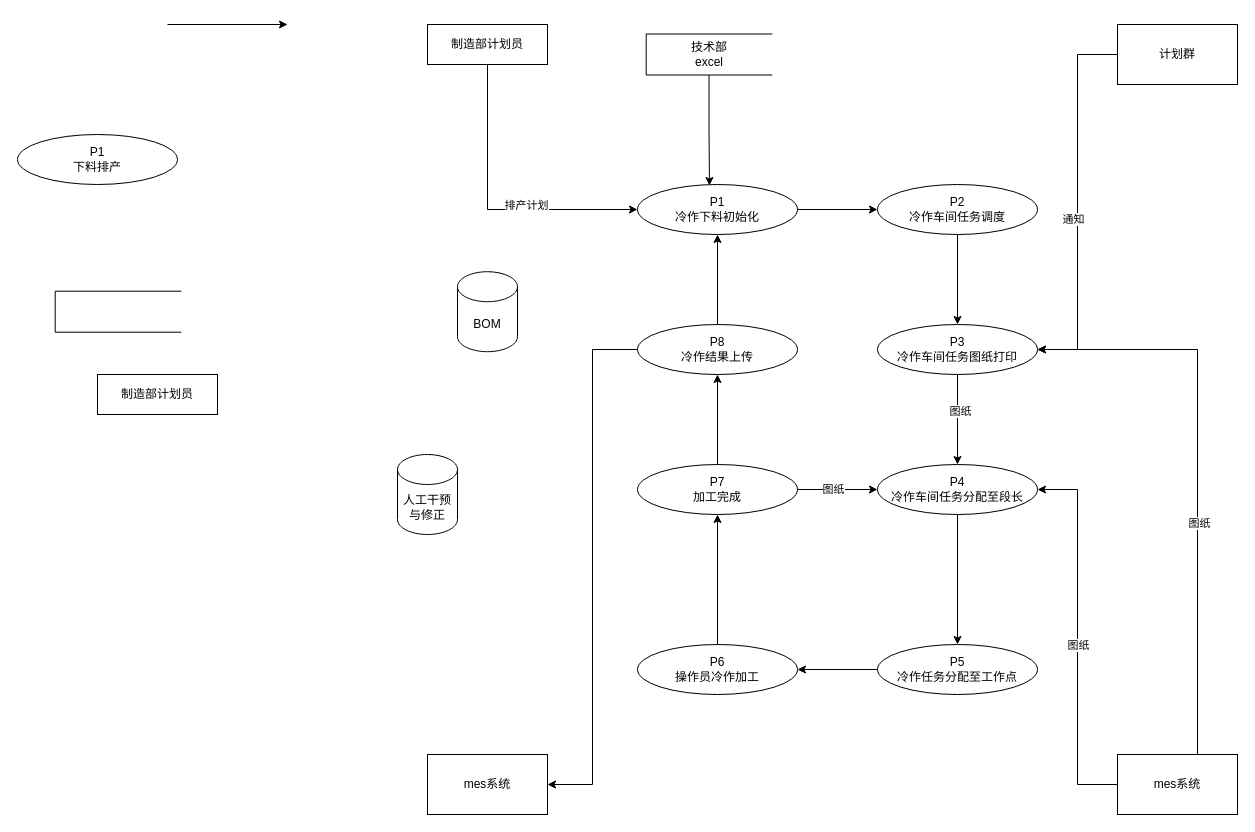
Above: 华威2.drawio in 177-Liukuan/MyPicture (draw.io), before the change. Source tidied: cells renumbered, new cells numbered last; positions are measured from the earlier drawing's top-left corner, leaving out a move shared by most shapes. Both pictures are drawn from the tidied source at 100%, with x=0, y=0 at pixel (17, -9).
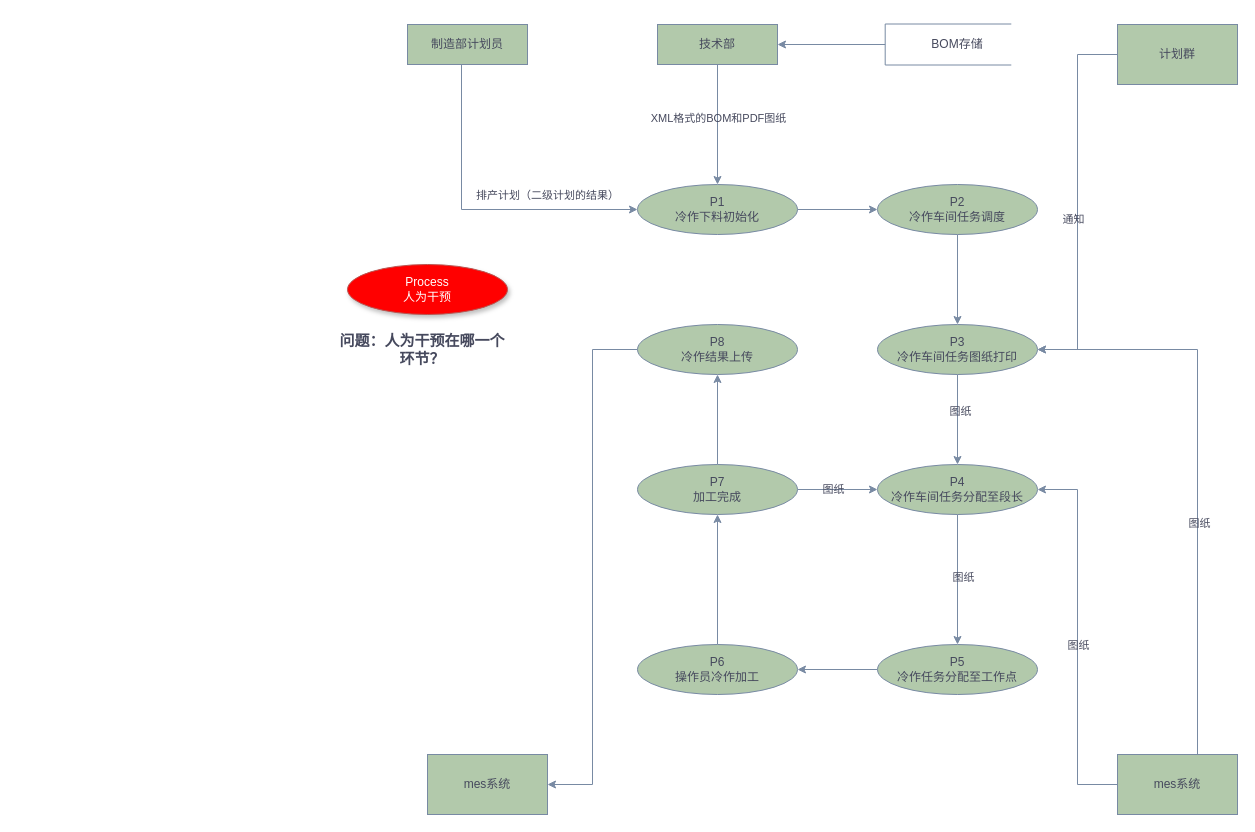
After the change.

Diff of the diagram source:
```diff
@@
-    <mxCell id="2" value="P1&lt;br&gt;冷作下料初始化" style="ellipse;whiteSpace=wrap;html=1;" parent="1" vertex="1">
+    <mxCell id="2" value="P1&lt;br&gt;冷作下料初始化" style="ellipse;whiteSpace=wrap;html=1;labelBackgroundColor=none;fillColor=#B2C9AB;strokeColor=#788AA3;fontColor=#46495D;" parent="1" vertex="1">
       <mxGeometry x="620" y="193" width="160" height="50" as="geometry" />
     </mxCell>
-    <mxCell id="3" style="edgeStyle=orthogonalEdgeStyle;rounded=0;jettySize=auto;html=1;entryX=0;entryY=0.5;entryDx=0;entryDy=0;" parent="1" edge="1" source="5" target="2">
+    <mxCell id="3" style="edgeStyle=orthogonalEdgeStyle;rounded=0;jettySize=auto;html=1;entryX=0;entryY=0.5;entryDx=0;entryDy=0;exitX=0.45;exitY=0.967;exitDx=0;exitDy=0;exitPerimeter=0;labelBackgroundColor=none;fontColor=default;strokeColor=#788AA3;" parent="1" edge="1" source="5" target="2">
       <mxGeometry relative="1" as="geometry">
         <Array as="points">
-          <mxPoint x="470" y="218" />
+          <mxPoint x="444" y="218" />
         </Array>
       </mxGeometry>
     </mxCell>
-    <mxCell id="4" value="排产计划" style="edgeLabel;html=1;align=center;verticalAlign=middle;" parent="3" vertex="1">
+    <mxCell id="4" value="排产计划（二级计划的结果）" style="edgeLabel;html=1;align=center;verticalAlign=middle;labelBackgroundColor=none;fontColor=#46495D;" parent="3" vertex="1">
       <mxGeometry x="0.25" y="5" relative="1" as="geometry">
-        <mxPoint x="-1" as="offset" />
+        <mxPoint x="31" y="-10" as="offset" />
       </mxGeometry>
     </mxCell>
-    <mxCell id="5" value="制造部计划员" style="rounded=0;whiteSpace=wrap;html=1;" parent="1" vertex="1">
-      <mxGeometry x="410" y="33" width="120" height="40" as="geometry" />
+    <mxCell id="5" value="制造部计划员" style="rounded=0;whiteSpace=wrap;html=1;labelBackgroundColor=none;fillColor=#B2C9AB;strokeColor=#788AA3;fontColor=#46495D;" parent="1" vertex="1">
+      <mxGeometry x="390" y="33" width="120" height="40" as="geometry" />
     </mxCell>
-    <mxCell id="6" style="endArrow=classic;html=1;rounded=0;" parent="1" edge="1">
-      <mxGeometry relative="1" as="geometry">
-        <mxPoint x="150" y="33" as="sourcePoint" />
-        <mxPoint x="270" y="33" as="targetPoint" />
-      </mxGeometry>
-    </mxCell>
-    <mxCell id="7" style="shape=partialRectangle;whiteSpace=wrap;html=1;bottom=1;right=1;left=1;top=0;fillColor=none;routingCenterX=-0.5;rotation=90;" parent="1" vertex="1">
-      <mxGeometry x="80" y="257.4" width="41" height="125.6" as="geometry" />
-    </mxCell>
-    <mxCell id="8" value="P1&lt;br&gt;下料排产" style="ellipse;whiteSpace=wrap;html=1;" parent="1" vertex="1">
-      <mxGeometry y="143" width="160" height="50" as="geometry" />
-    </mxCell>
-    <mxCell id="9" style="shape=partialRectangle;whiteSpace=wrap;html=1;bottom=1;right=1;left=1;top=0;fillColor=none;routingCenterX=-0.5;rotation=90;" parent="1" vertex="1">
-      <mxGeometry x="671" y="0.2" width="41" height="125.6" as="geometry" />
-    </mxCell>
-    <mxCell id="10" style="edgeStyle=orthogonalEdgeStyle;rounded=0;jettySize=auto;html=1;entryX=0.45;entryY=0.02;entryDx=0;entryDy=0;entryPerimeter=0;" parent="1" edge="1" source="9" target="2">
-      <mxGeometry relative="1" as="geometry" />
-    </mxCell>
-    <mxCell id="11" style="edgeStyle=orthogonalEdgeStyle;rounded=0;jettySize=auto;html=1;entryX=0.5;entryY=0;entryDx=0;entryDy=0;" parent="1" edge="1" source="12" target="16">
+    <mxCell id="11" style="edgeStyle=orthogonalEdgeStyle;rounded=0;jettySize=auto;html=1;entryX=0.5;entryY=0;entryDx=0;entryDy=0;labelBackgroundColor=none;fontColor=default;strokeColor=#788AA3;" parent="1" edge="1" source="12" target="16">
       <mxGeometry relative="1" as="geometry" />
     </mxCell>
-    <mxCell id="12" value="P2&lt;br&gt;冷作车间任务调度" style="ellipse;whiteSpace=wrap;html=1;" parent="1" vertex="1">
+    <mxCell id="12" value="P2&lt;br&gt;冷作车间任务调度" style="ellipse;whiteSpace=wrap;html=1;labelBackgroundColor=none;fillColor=#B2C9AB;strokeColor=#788AA3;fontColor=#46495D;" parent="1" vertex="1">
       <mxGeometry x="860" y="193" width="160" height="50" as="geometry" />
     </mxCell>
-    <mxCell id="13" style="endArrow=classic;html=1;rounded=0;exitX=1;exitY=0.5;exitDx=0;exitDy=0;entryX=0;entryY=0.5;entryDx=0;entryDy=0;" parent="1" edge="1" source="2" target="12">
+    <mxCell id="13" style="endArrow=classic;html=1;rounded=0;exitX=1;exitY=0.5;exitDx=0;exitDy=0;entryX=0;entryY=0.5;entryDx=0;entryDy=0;labelBackgroundColor=none;fontColor=default;strokeColor=#788AA3;" parent="1" edge="1" source="2" target="12">
       <mxGeometry relative="1" as="geometry" />
     </mxCell>
-    <mxCell id="14" style="edgeStyle=orthogonalEdgeStyle;rounded=0;jettySize=auto;html=1;" parent="1" edge="1" source="16" target="20">
+    <mxCell id="14" style="edgeStyle=orthogonalEdgeStyle;rounded=0;jettySize=auto;html=1;labelBackgroundColor=none;fontColor=default;strokeColor=#788AA3;" parent="1" edge="1" source="16" target="20">
       <mxGeometry relative="1" as="geometry" />
     </mxCell>
-    <mxCell id="15" value="图纸" style="edgeLabel;html=1;align=center;verticalAlign=middle;" parent="14" vertex="1">
+    <mxCell id="15" value="图纸" style="edgeLabel;html=1;align=center;verticalAlign=middle;labelBackgroundColor=none;fontColor=#46495D;" parent="14" vertex="1">
       <mxGeometry x="-0.19" y="2" relative="1" as="geometry" />
     </mxCell>
-    <mxCell id="16" value="P3&lt;br&gt;冷作车间任务图纸打印" style="ellipse;whiteSpace=wrap;html=1;" parent="1" vertex="1">
+    <mxCell id="16" value="P3&lt;br&gt;冷作车间任务图纸打印" style="ellipse;whiteSpace=wrap;html=1;labelBackgroundColor=none;fillColor=#B2C9AB;strokeColor=#788AA3;fontColor=#46495D;" parent="1" vertex="1">
       <mxGeometry x="860" y="333" width="160" height="50" as="geometry" />
     </mxCell>
-    <mxCell id="17" style="edgeStyle=orthogonalEdgeStyle;rounded=0;jettySize=auto;html=1;entryX=1;entryY=0.5;entryDx=0;entryDy=0;exitX=0;exitY=0.5;exitDx=0;exitDy=0;" parent="1" edge="1" source="21" target="16">
+    <mxCell id="17" style="edgeStyle=orthogonalEdgeStyle;rounded=0;jettySize=auto;html=1;entryX=1;entryY=0.5;entryDx=0;entryDy=0;exitX=0;exitY=0.5;exitDx=0;exitDy=0;labelBackgroundColor=none;fontColor=default;strokeColor=#788AA3;" parent="1" edge="1" source="21" target="16">
       <mxGeometry relative="1" as="geometry" />
     </mxCell>
-    <mxCell id="18" value="通知" style="edgeLabel;html=1;align=center;verticalAlign=middle;" parent="17" vertex="1">
+    <mxCell id="18" value="通知" style="edgeLabel;html=1;align=center;verticalAlign=middle;labelBackgroundColor=none;fontColor=#46495D;" parent="17" vertex="1">
       <mxGeometry x="0.09" y="-5" relative="1" as="geometry" />
     </mxCell>
-    <mxCell id="19" style="edgeStyle=orthogonalEdgeStyle;rounded=0;jettySize=auto;html=1;entryX=0.5;entryY=0;entryDx=0;entryDy=0;" parent="1" edge="1" source="20" target="28">
+    <mxCell id="19" style="edgeStyle=orthogonalEdgeStyle;rounded=0;jettySize=auto;html=1;entryX=0.5;entryY=0;entryDx=0;entryDy=0;labelBackgroundColor=none;fontColor=default;strokeColor=#788AA3;" parent="1" edge="1" source="20" target="28">
       <mxGeometry relative="1" as="geometry" />
     </mxCell>
+    <mxCell id="43" value="图纸" style="edgeLabel;html=1;align=center;verticalAlign=middle;labelBackgroundColor=none;fontColor=#46495D;" parent="19" vertex="1">
+      <mxGeometry x="-0.05" y="5" relative="1" as="geometry" />
+    </mxCell>
-    <mxCell id="20" value="P4&lt;br&gt;冷作车间任务分配至段长" style="ellipse;whiteSpace=wrap;html=1;" parent="1" vertex="1">
+    <mxCell id="20" value="P4&lt;br&gt;冷作车间任务分配至段长" style="ellipse;whiteSpace=wrap;html=1;labelBackgroundColor=none;fillColor=#B2C9AB;strokeColor=#788AA3;fontColor=#46495D;" parent="1" vertex="1">
       <mxGeometry x="860" y="473" width="160" height="50" as="geometry" />
     </mxCell>
-    <mxCell id="21" value="计划群" style="rounded=0;whiteSpace=wrap;html=1;" parent="1" vertex="1">
+    <mxCell id="21" value="计划群" style="rounded=0;whiteSpace=wrap;html=1;labelBackgroundColor=none;fillColor=#B2C9AB;strokeColor=#788AA3;fontColor=#46495D;" parent="1" vertex="1">
       <mxGeometry x="1100" y="33" width="120" height="60" as="geometry" />
     </mxCell>
-    <mxCell id="22" style="edgeStyle=orthogonalEdgeStyle;rounded=0;jettySize=auto;html=1;entryX=1;entryY=0.5;entryDx=0;entryDy=0;" parent="1" edge="1" source="26" target="20">
+    <mxCell id="22" style="edgeStyle=orthogonalEdgeStyle;rounded=0;jettySize=auto;html=1;entryX=1;entryY=0.5;entryDx=0;entryDy=0;labelBackgroundColor=none;fontColor=default;strokeColor=#788AA3;" parent="1" edge="1" source="26" target="20">
       <mxGeometry relative="1" as="geometry" />
     </mxCell>
-    <mxCell id="23" value="图纸" style="edgeLabel;html=1;align=center;verticalAlign=middle;" parent="22" vertex="1">
+    <mxCell id="23" value="图纸" style="edgeLabel;html=1;align=center;verticalAlign=middle;labelBackgroundColor=none;fontColor=#46495D;" parent="22" vertex="1">
       <mxGeometry x="-0.04" relative="1" as="geometry" />
     </mxCell>
-    <mxCell id="24" style="edgeStyle=orthogonalEdgeStyle;rounded=0;jettySize=auto;html=1;entryX=1;entryY=0.5;entryDx=0;entryDy=0;" parent="1" edge="1" source="26" target="16">
+    <mxCell id="24" style="edgeStyle=orthogonalEdgeStyle;rounded=0;jettySize=auto;html=1;entryX=1;entryY=0.5;entryDx=0;entryDy=0;labelBackgroundColor=none;fontColor=default;strokeColor=#788AA3;" parent="1" edge="1" source="26" target="16">
       <mxGeometry relative="1" as="geometry">
         <Array as="points">
           <mxPoint x="1180" y="358" />
         </Array>
       </mxGeometry>
     </mxCell>
-    <mxCell id="25" value="图纸" style="edgeLabel;html=1;align=center;verticalAlign=middle;" parent="24" vertex="1">
+    <mxCell id="25" value="图纸" style="edgeLabel;html=1;align=center;verticalAlign=middle;labelBackgroundColor=none;fontColor=#46495D;" parent="24" vertex="1">
       <mxGeometry x="-0.18" y="-1" relative="1" as="geometry" />
     </mxCell>
-    <mxCell id="26" value="mes系统" style="rounded=0;whiteSpace=wrap;html=1;" parent="1" vertex="1">
+    <mxCell id="26" value="mes系统" style="rounded=0;whiteSpace=wrap;html=1;labelBackgroundColor=none;fillColor=#B2C9AB;strokeColor=#788AA3;fontColor=#46495D;" parent="1" vertex="1">
       <mxGeometry x="1100" y="763" width="120" height="60" as="geometry" />
     </mxCell>
-    <mxCell id="27" style="edgeStyle=orthogonalEdgeStyle;rounded=0;jettySize=auto;html=1;entryX=1;entryY=0.5;entryDx=0;entryDy=0;" parent="1" edge="1" source="28" target="30">
+    <mxCell id="27" style="edgeStyle=orthogonalEdgeStyle;rounded=0;jettySize=auto;html=1;entryX=1;entryY=0.5;entryDx=0;entryDy=0;labelBackgroundColor=none;fontColor=default;strokeColor=#788AA3;" parent="1" edge="1" source="28" target="30">
       <mxGeometry relative="1" as="geometry" />
     </mxCell>
-    <mxCell id="28" value="P5&lt;br&gt;冷作任务分配至工作点" style="ellipse;whiteSpace=wrap;html=1;" parent="1" vertex="1">
+    <mxCell id="28" value="P5&lt;br&gt;冷作任务分配至工作点" style="ellipse;whiteSpace=wrap;html=1;labelBackgroundColor=none;fillColor=#B2C9AB;strokeColor=#788AA3;fontColor=#46495D;" parent="1" vertex="1">
       <mxGeometry x="860" y="653" width="160" height="50" as="geometry" />
     </mxCell>
-    <mxCell id="29" style="edgeStyle=orthogonalEdgeStyle;rounded=0;jettySize=auto;html=1;" parent="1" edge="1" source="30" target="34">
+    <mxCell id="29" style="edgeStyle=orthogonalEdgeStyle;rounded=0;jettySize=auto;html=1;labelBackgroundColor=none;fontColor=default;strokeColor=#788AA3;" parent="1" edge="1" source="30" target="34">
       <mxGeometry relative="1" as="geometry" />
     </mxCell>
-    <mxCell id="30" value="P6&lt;br&gt;操作员冷作加工" style="ellipse;whiteSpace=wrap;html=1;" parent="1" vertex="1">
+    <mxCell id="30" value="P6&lt;br&gt;操作员冷作加工" style="ellipse;whiteSpace=wrap;html=1;labelBackgroundColor=none;fillColor=#B2C9AB;strokeColor=#788AA3;fontColor=#46495D;" parent="1" vertex="1">
       <mxGeometry x="620" y="653" width="160" height="50" as="geometry" />
     </mxCell>
-    <mxCell id="31" style="edgeStyle=orthogonalEdgeStyle;rounded=0;jettySize=auto;html=1;" parent="1" edge="1" source="34" target="20">
+    <mxCell id="31" style="edgeStyle=orthogonalEdgeStyle;rounded=0;jettySize=auto;html=1;labelBackgroundColor=none;fontColor=default;strokeColor=#788AA3;" parent="1" edge="1" source="34" target="20">
       <mxGeometry relative="1" as="geometry" />
     </mxCell>
-    <mxCell id="32" value="图纸" style="edgeLabel;html=1;align=center;verticalAlign=middle;" parent="31" vertex="1">
+    <mxCell id="32" value="图纸" style="edgeLabel;html=1;align=center;verticalAlign=middle;labelBackgroundColor=none;fontColor=#46495D;" parent="31" vertex="1">
       <mxGeometry x="-0.1" y="1" relative="1" as="geometry">
         <mxPoint x="-1" as="offset" />
       </mxGeometry>
     </mxCell>
-    <mxCell id="33" style="edgeStyle=orthogonalEdgeStyle;rounded=0;jettySize=auto;html=1;entryX=0.5;entryY=1;entryDx=0;entryDy=0;" parent="1" edge="1" source="34" target="37">
+    <mxCell id="33" style="edgeStyle=orthogonalEdgeStyle;rounded=0;jettySize=auto;html=1;entryX=0.5;entryY=1;entryDx=0;entryDy=0;labelBackgroundColor=none;fontColor=default;strokeColor=#788AA3;" parent="1" edge="1" source="34" target="37">
       <mxGeometry relative="1" as="geometry" />
     </mxCell>
-    <mxCell id="34" value="P7&lt;br&gt;加工完成" style="ellipse;whiteSpace=wrap;html=1;" parent="1" vertex="1">
+    <mxCell id="34" value="P7&lt;br&gt;加工完成" style="ellipse;whiteSpace=wrap;html=1;labelBackgroundColor=none;fillColor=#B2C9AB;strokeColor=#788AA3;fontColor=#46495D;" parent="1" vertex="1">
       <mxGeometry x="620" y="473" width="160" height="50" as="geometry" />
     </mxCell>
-    <mxCell id="35" style="edgeStyle=orthogonalEdgeStyle;rounded=0;jettySize=auto;html=1;entryX=1;entryY=0.5;entryDx=0;entryDy=0;" parent="1" edge="1" source="37" target="38">
+    <mxCell id="35" style="edgeStyle=orthogonalEdgeStyle;rounded=0;jettySize=auto;html=1;entryX=1;entryY=0.5;entryDx=0;entryDy=0;labelBackgroundColor=none;fontColor=default;strokeColor=#788AA3;" parent="1" edge="1" source="37" target="38">
       <mxGeometry relative="1" as="geometry" />
     </mxCell>
-    <mxCell id="36" style="edgeStyle=orthogonalEdgeStyle;rounded=0;jettySize=auto;html=1;" parent="1" edge="1" source="37" target="2">
-      <mxGeometry relative="1" as="geometry" />
-    </mxCell>
-    <mxCell id="37" value="P8&lt;br&gt;冷作结果上传" style="ellipse;whiteSpace=wrap;html=1;" parent="1" vertex="1">
+    <mxCell id="37" value="P8&lt;br&gt;冷作结果上传" style="ellipse;whiteSpace=wrap;html=1;labelBackgroundColor=none;fillColor=#B2C9AB;strokeColor=#788AA3;fontColor=#46495D;" parent="1" vertex="1">
       <mxGeometry x="620" y="333" width="160" height="50" as="geometry" />
     </mxCell>
-    <mxCell id="38" value="mes系统" style="rounded=0;whiteSpace=wrap;html=1;" parent="1" vertex="1">
+    <mxCell id="38" value="mes系统" style="rounded=0;whiteSpace=wrap;html=1;labelBackgroundColor=none;fillColor=#B2C9AB;strokeColor=#788AA3;fontColor=#46495D;" parent="1" vertex="1">
       <mxGeometry x="410" y="763" width="120" height="60" as="geometry" />
     </mxCell>
-    <mxCell id="39" value="制造部计划员" style="rounded=0;whiteSpace=wrap;html=1;" parent="1" vertex="1">
-      <mxGeometry x="80" y="383" width="120" height="40" as="geometry" />
-    </mxCell>
-    <mxCell id="40" value="BOM" style="shape=cylinder3;whiteSpace=wrap;html=1;boundedLbl=1;backgroundOutline=1;size=15;" parent="1" vertex="1">
-      <mxGeometry x="440" y="280.2" width="60" height="80" as="geometry" />
-    </mxCell>
-    <mxCell id="41" value="人工干预与修正" style="shape=cylinder3;whiteSpace=wrap;html=1;boundedLbl=1;backgroundOutline=1;size=15;" parent="1" vertex="1">
-      <mxGeometry x="380" y="463" width="60" height="80" as="geometry" />
-    </mxCell>
-    <mxCell id="42" value="技术部excel" style="text;html=1;strokeColor=none;fillColor=none;align=center;verticalAlign=middle;whiteSpace=wrap;rounded=0;" parent="1" vertex="1">
-      <mxGeometry x="661.5" y="48" width="60" height="30" as="geometry" />
-    </mxCell>
+    <mxCell id="44" style="edgeStyle=orthogonalEdgeStyle;rounded=0;orthogonalLoop=1;jettySize=auto;html=1;entryX=0.5;entryY=0;entryDx=0;entryDy=0;labelBackgroundColor=none;fontColor=default;strokeColor=#788AA3;" parent="1" edge="1">
+      <mxGeometry relative="1" as="geometry">
+        <mxPoint x="700" y="73" as="sourcePoint" />
+        <mxPoint x="700" y="193" as="targetPoint" />
+      </mxGeometry>
+    </mxCell>
+    <mxCell id="45" value="XML格式的BOM和PDF图纸" style="edgeLabel;html=1;align=center;verticalAlign=middle;labelBackgroundColor=none;fontColor=#46495D;" parent="44" vertex="1">
+      <mxGeometry x="-0.11" relative="1" as="geometry" />
+    </mxCell>
+    <mxCell id="46" value="技术部" style="rounded=0;whiteSpace=wrap;html=1;labelBackgroundColor=none;fillColor=#B2C9AB;strokeColor=#788AA3;fontColor=#46495D;" parent="1" vertex="1">
+      <mxGeometry x="640" y="33" width="120" height="40" as="geometry" />
+    </mxCell>
+    <mxCell id="47" style="edgeStyle=orthogonalEdgeStyle;rounded=0;jettySize=auto;html=1;labelBackgroundColor=none;fontColor=default;strokeColor=#788AA3;" parent="1" edge="1" source="48" target="46">
+      <mxGeometry relative="1" as="geometry" />
+    </mxCell>
+    <mxCell id="48" style="shape=partialRectangle;whiteSpace=wrap;html=1;bottom=1;right=1;left=1;top=0;fillColor=none;routingCenterX=-0.5;rotation=90;labelBackgroundColor=none;strokeColor=#788AA3;fontColor=#46495D;" parent="1" vertex="1">
+      <mxGeometry x="910" y="-9.8" width="41" height="125.6" as="geometry" />
+    </mxCell>
+    <mxCell id="49" value="BOM存储" style="text;html=1;strokeColor=none;fillColor=none;align=center;verticalAlign=middle;whiteSpace=wrap;rounded=0;labelBackgroundColor=none;fontColor=#46495D;" parent="1" vertex="1">
+      <mxGeometry x="910" y="38" width="60" height="30" as="geometry" />
+    </mxCell>
+    <mxCell id="50" value="Process&lt;br&gt;人为干预" style="ellipse;whiteSpace=wrap;html=1;labelBackgroundColor=none;fillColor=#FF0000;strokeColor=#b85450;gradientColor=none;shadow=1;fontColor=#FFFFFF;" parent="1" vertex="1">
+      <mxGeometry x="330" y="273" width="160" height="50" as="geometry" />
+    </mxCell>
+    <mxCell id="51" value="问题：人为干预在哪一个环节？" style="text;html=1;strokeColor=none;fillColor=none;align=center;verticalAlign=middle;whiteSpace=wrap;rounded=0;fontColor=#46495D;fontStyle=1;fontSize=15;" parent="1" vertex="1">
+      <mxGeometry x="320" y="343" width="170" height="30" as="geometry" />
+    </mxCell>
```
